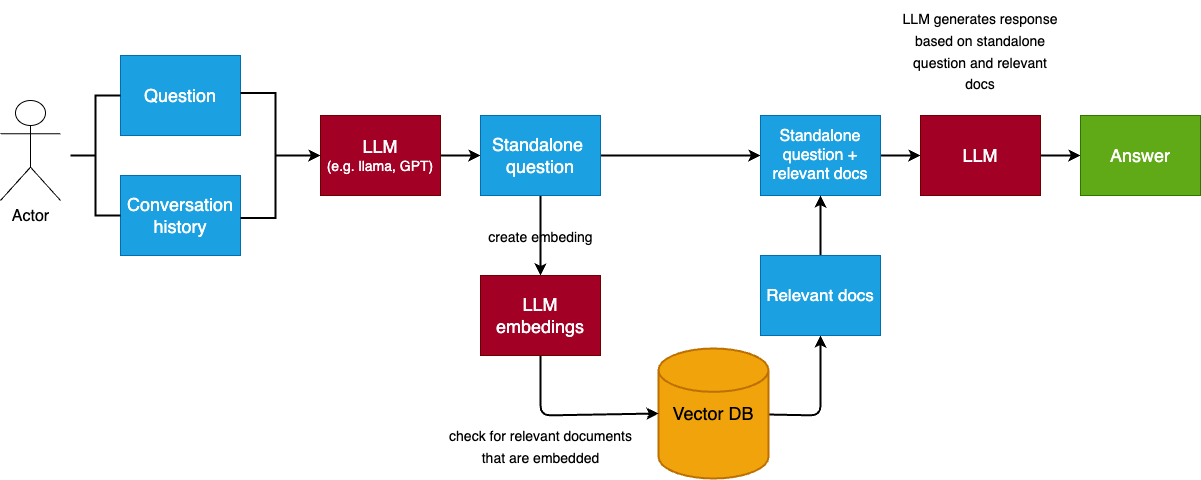
Above: ai-rag-investigation/master-class/imgs/ai-chat-bot.png in dosandk/presentations-build (draw.io), before the change. Source tidied: cells renumbered, new cells last; positions are measured from the earlier drawing's top-left corner, leaving out a move shared by most shapes.
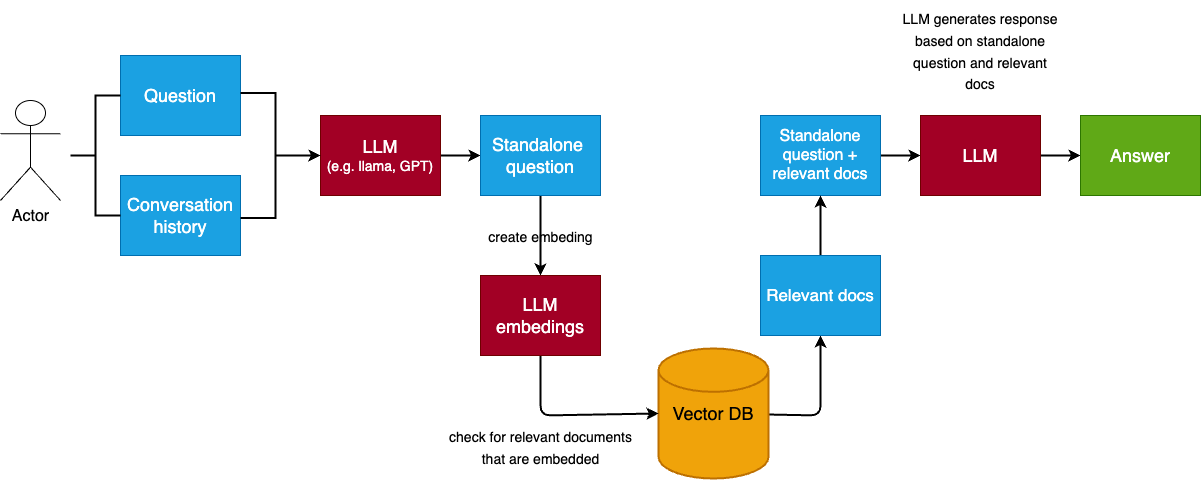
After the commit.

Diff of the diagram source:
```diff
@@ -14,9 +14,6 @@
     <mxCell id="5" value="&lt;font style=&quot;&quot;&gt;&lt;span style=&quot;font-size: 18px;&quot;&gt;LLM &lt;/span&gt;&lt;br&gt;&lt;font style=&quot;font-size: 14px;&quot;&gt;(e.g. llama, GPT)&lt;/font&gt;&lt;/font&gt;" style="whiteSpace=wrap;html=1;fillColor=#a20025;fontColor=#ffffff;strokeColor=#6F0000;" parent="1" vertex="1">
       <mxGeometry x="320" y="115" width="120" height="80" as="geometry" />
     </mxCell>
-    <mxCell id="6" style="edgeStyle=none;html=1;exitX=1;exitY=0.5;exitDx=0;exitDy=0;entryX=0;entryY=0.5;entryDx=0;entryDy=0;strokeWidth=2;" parent="1" edge="1" source="8" target="13">
-      <mxGeometry relative="1" as="geometry" />
-    </mxCell>
     <mxCell id="7" value="&lt;font style=&quot;font-size: 14px;&quot;&gt;create embeding&lt;/font&gt;" style="edgeStyle=none;html=1;entryX=0.5;entryY=0;entryDx=0;entryDy=0;strokeWidth=2;fontSize=18;labelBackgroundColor=none;" parent="1" edge="1" source="8" target="22">
       <mxGeometry relative="1" as="geometry" />
     </mxCell>
```
